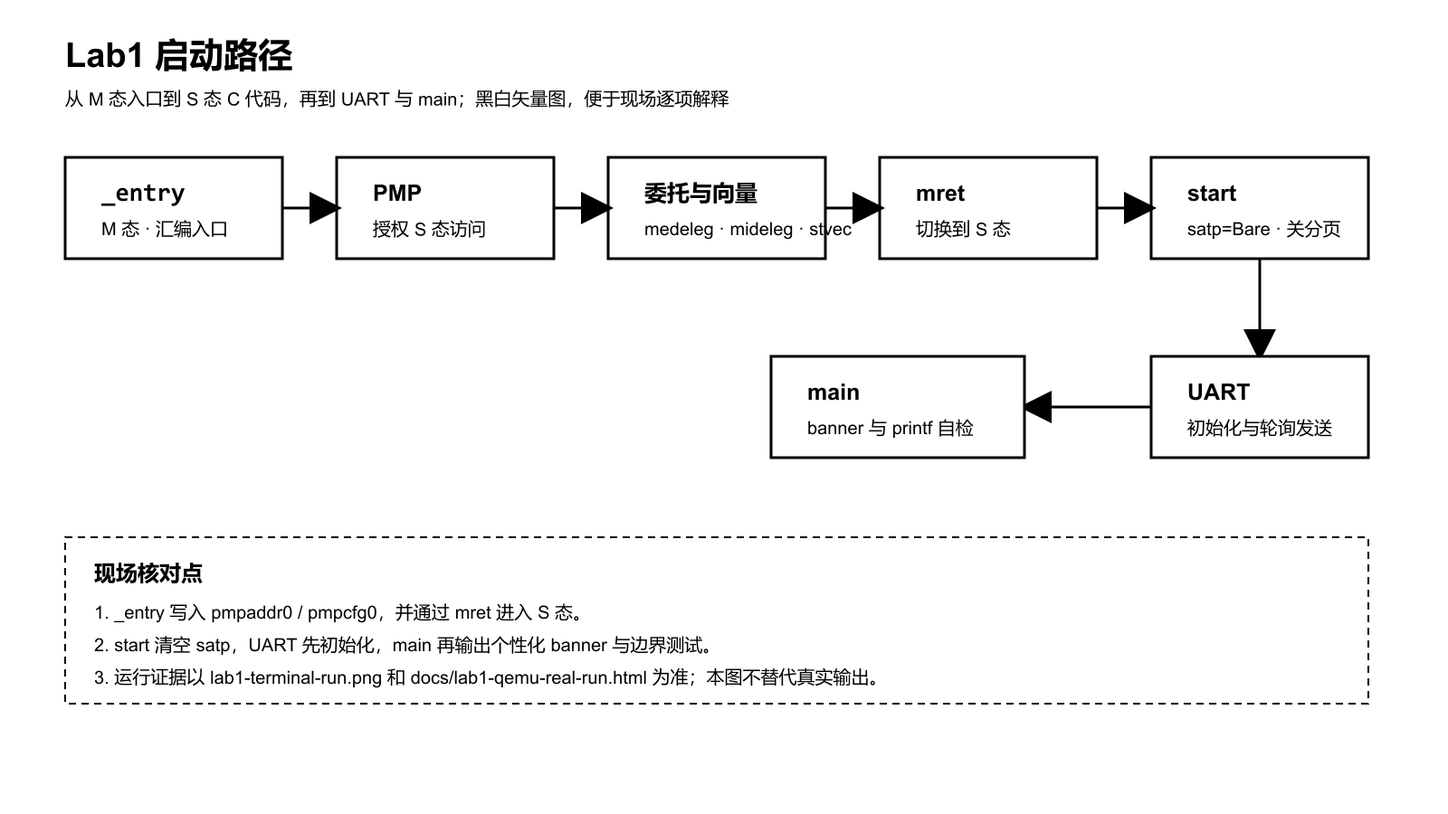
This is teacher-check/lab1/images/lab1-startup-sequence.png from hoyuand/2024302111427, a Mermaid export, as it was before one commit. Its source is kept beside it as teacher-check/lab1/images/lab1-startup-sequence.mmd.
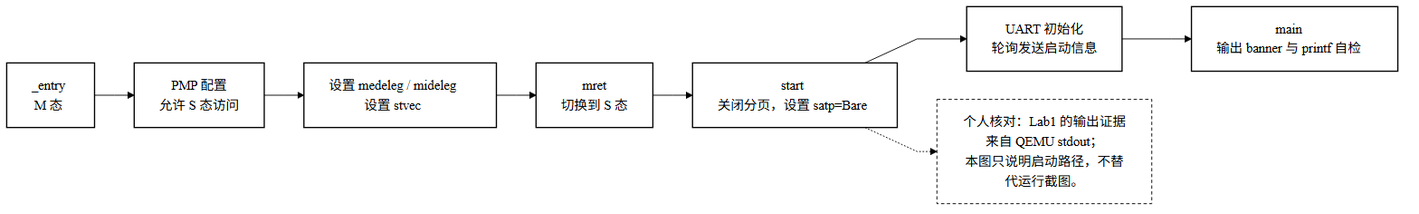
The same file after the commit.

The edit, as a diff of the source:
```diff
@@ -2,11 +2,11 @@
 flowchart LR
   classDef plain fill:#ffffff,stroke:#000000,color:#000000,stroke-width:1.5px
   classDef note fill:#ffffff,stroke:#000000,color:#000000,stroke-width:1px,stroke-dasharray:4 3
-  e["_entry\nM 态"]:::plain --> p["PMP 配置\n允许 S 态访问"]:::plain
-  p --> t["设置 medeleg / mideleg\n设置 stvec"]:::plain
-  t --> r["mret\n切换到 S 态"]:::plain
-  r --> s["start\n关闭分页，设置 satp=Bare"]:::plain
-  s --> u["UART 初始化\n轮询发送启动信息"]:::plain
-  u --> m["main\n输出 banner 与 printf 自检"]:::plain
-  n["个人核对：Lab1 的输出证据来自 QEMU stdout；\n本图只说明启动路径，不替代运行截图。"]:::note
+  e["_entry<br/>M 态"]:::plain --> p["PMP 配置<br/>允许 S 态访问"]:::plain
+  p --> t["设置 medeleg / mideleg<br/>设置 stvec"]:::plain
+  t --> r["mret<br/>切换到 S 态"]:::plain
+  r --> s["start<br/>关闭分页，设置 satp=Bare"]:::plain
+  s --> u["UART 初始化<br/>轮询发送启动信息"]:::plain
+  u --> m["main<br/>输出 banner 与 printf 自检"]:::plain
+  n["个人核对：Lab1 的输出证据来自 QEMU stdout；<br/>本图只说明启动路径，不替代运行截图。"]:::note
   s -.-> n
```
